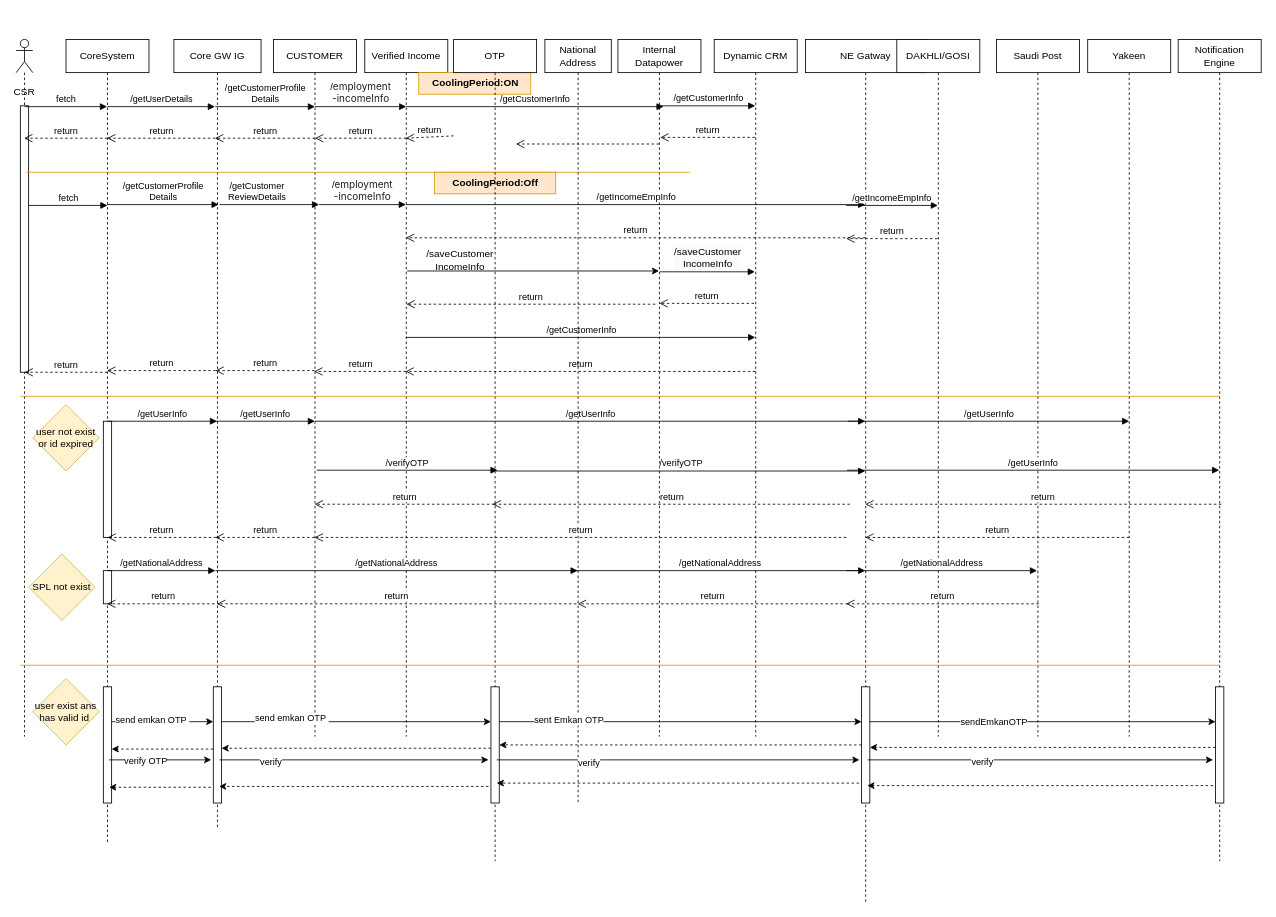
This is page "Onboarding Branch" (5 of 11) of Migration-CRM.drawio from MHosnii/Migration, a draw.io file, before an edit. Source tidied: cells renumbered, new cells numbered last; positions are measured from the earlier drawing's top-left corner, leaving out a move shared by most shapes. Both pictures are drawn from the tidied source at 83%, with x=0, y=0 at pixel (16, 39).
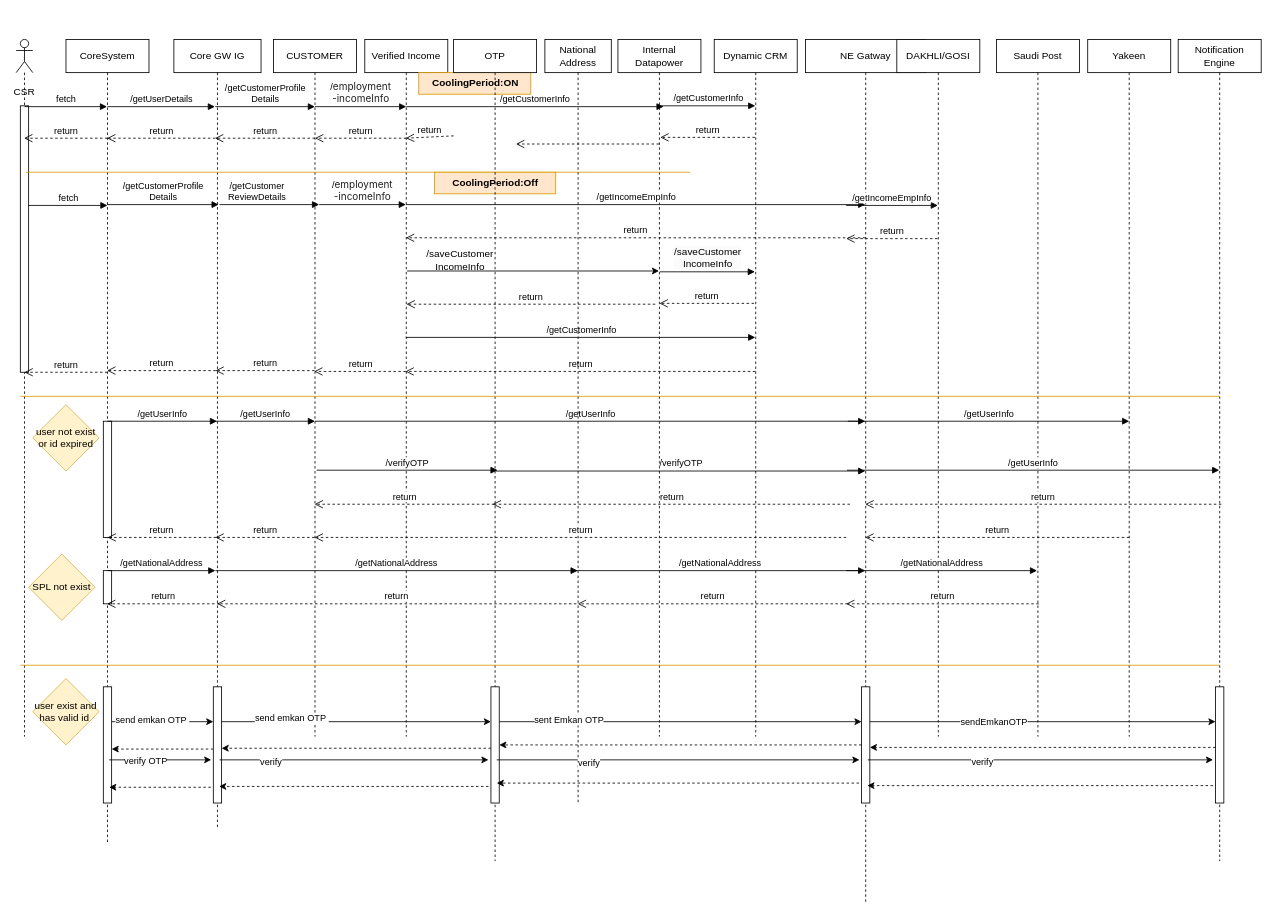
Above is the later version.

The edit, as a diff of the source:
```diff
@@
-    <mxCell id="82" value="user exist ans has valid id&amp;nbsp;" style="rhombus;whiteSpace=wrap;html=1;fillColor=#fff2cc;strokeColor=#d6b656;" parent="1" vertex="1">
+    <mxCell id="82" value="user exist and has valid id&amp;nbsp;" style="rhombus;whiteSpace=wrap;html=1;fillColor=#fff2cc;strokeColor=#d6b656;" parent="1" vertex="1">
       <mxGeometry x="20" y="770" width="80" height="80" as="geometry" />
     </mxCell>
```
